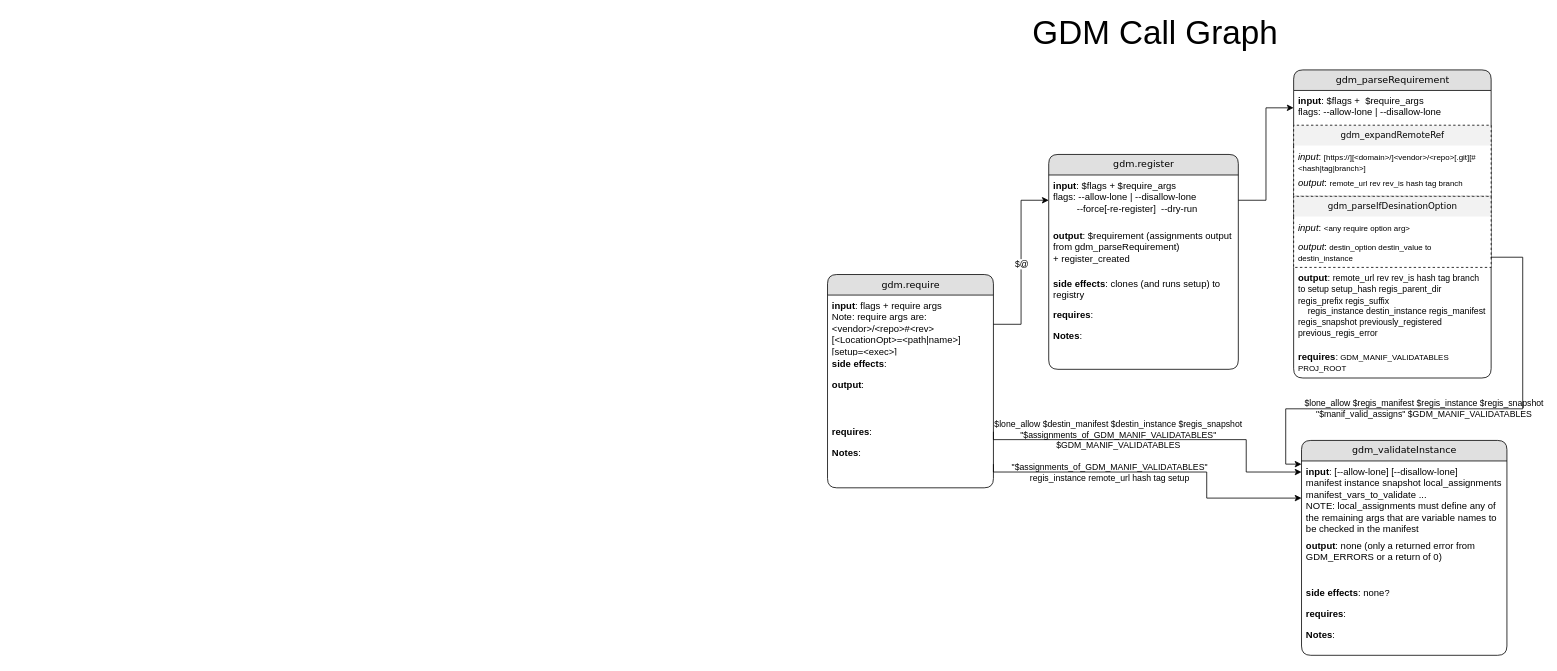
Above: src_docs/Call_Graph.drawio in Jeff-Russ/git-dependency-manager (draw.io), before the change. Source tidied: cells renumbered, new cells numbered last; positions are measured from the earlier drawing's top-left corner, leaving out a move shared by most shapes. Both pictures are drawn from the tidied source at 79%, with x=0, y=0 at pixel (827, 21).
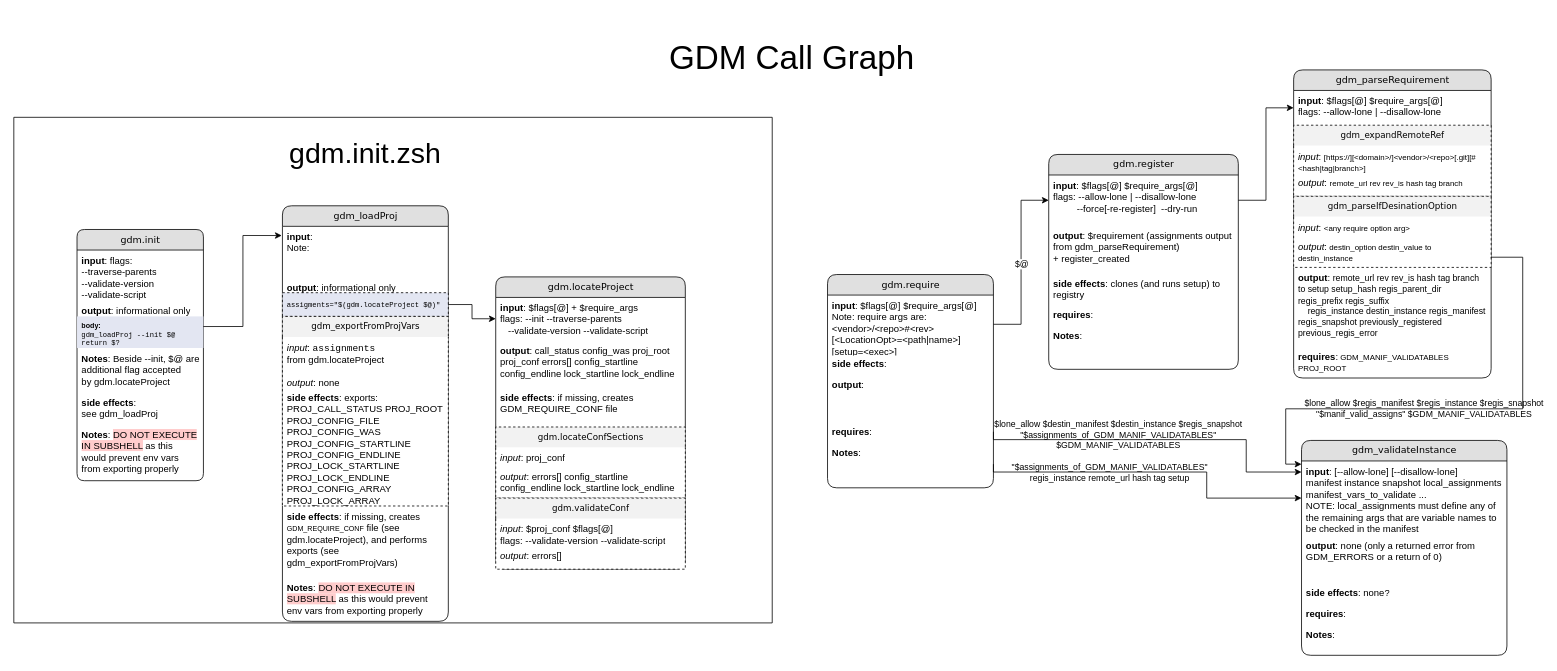
After the change.

Commit message (it also covers changes not shown here):
Error if $GDM_REQUIRED is not within PROJ_ROOT (unless experimental)

The change refers to these unchanged cells:
```xml
<mxCell id="2" value="gdm_parseRequirement" style="swimlane;html=1;fontStyle=0;horizontal=1;startSize=26;fillColor=#e0e0e0;swimlaneFillColor=#ffffff;align=center;rounded=1;shadow=0;comic=0;labelBackgroundColor=none;strokeWidth=1;fontFamily=Verdana;fontSize=12;" parent="1" vertex="1">
  <mxGeometry x="590" y="61" width="250" height="390" as="geometry" />
</mxCell>
<mxCell id="18" value="gdm.require" style="swimlane;html=1;fontStyle=0;horizontal=1;startSize=26;fillColor=#e0e0e0;swimlaneFillColor=#ffffff;align=center;rounded=1;shadow=0;comic=0;labelBackgroundColor=none;strokeWidth=1;fontFamily=Verdana;fontSize=12;" parent="1" vertex="1">
  <mxGeometry y="320" width="210" height="270" as="geometry" />
</mxCell>
<mxCell id="24" value="gdm.register" style="swimlane;html=1;fontStyle=0;horizontal=1;startSize=26;fillColor=#e0e0e0;swimlaneFillColor=#ffffff;align=center;rounded=1;shadow=0;comic=0;labelBackgroundColor=none;strokeWidth=1;fontFamily=Verdana;fontSize=12;" parent="1" vertex="1">
  <mxGeometry x="280" y="168" width="240" height="272" as="geometry" />
</mxCell>
```

The edit, as a diff of the source:
```diff
@@
-    <mxCell id="3" value="&lt;b&gt;input&lt;/b&gt;: $flags +&amp;nbsp; $require_args&lt;br&gt;flags: --allow-lone | --disallow-lone" style="text;html=1;strokeColor=none;fillColor=none;spacingLeft=4;spacingRight=4;whiteSpace=wrap;overflow=hidden;points=[[0,0.5],[1,0.5]];portConstraint=eastwest;" parent="2" vertex="1">
+    <mxCell id="3" value="&lt;b&gt;input&lt;/b&gt;: $flags[@] $require_args[@]&lt;br&gt;flags: --allow-lone | --disallow-lone" style="text;html=1;strokeColor=none;fillColor=none;spacingLeft=4;spacingRight=4;whiteSpace=wrap;overflow=hidden;points=[[0,0.5],[1,0.5]];portConstraint=eastwest;" parent="2" vertex="1">
       <mxGeometry y="26" width="250" height="44" as="geometry" />
     </mxCell>
@@
-    <mxCell id="19" value="&lt;b&gt;input&lt;/b&gt;: flags + require args&lt;br&gt;Note: require args are:&amp;lt;vendor&amp;gt;/&amp;lt;repo&amp;gt;#&amp;lt;rev&amp;gt; [&amp;lt;LocationOpt&amp;gt;=&amp;lt;path|name&amp;gt;] [setup=&amp;lt;exec&amp;gt;]" style="text;html=1;strokeColor=none;fillColor=none;spacingLeft=4;spacingRight=4;whiteSpace=wrap;overflow=hidden;points=[[0,0.5],[1,0.5]];portConstraint=eastwest;" parent="18" vertex="1">
+    <mxCell id="19" value="&lt;b&gt;input&lt;/b&gt;: $flags[@] $require_args[@]&lt;br&gt;Note: require args are:&amp;lt;vendor&amp;gt;/&amp;lt;repo&amp;gt;#&amp;lt;rev&amp;gt; [&amp;lt;LocationOpt&amp;gt;=&amp;lt;path|name&amp;gt;] [setup=&amp;lt;exec&amp;gt;]" style="text;html=1;strokeColor=none;fillColor=none;spacingLeft=4;spacingRight=4;whiteSpace=wrap;overflow=hidden;points=[[0,0.5],[1,0.5]];portConstraint=eastwest;" parent="18" vertex="1">
       <mxGeometry y="26" width="210" height="74" as="geometry" />
     </mxCell>
@@
-    <mxCell id="25" value="&lt;b&gt;input&lt;/b&gt;: $flags + $require_args&lt;br&gt;flags: --allow-lone | --disallow-lone&lt;br&gt;&amp;nbsp; &amp;nbsp; &amp;nbsp; &amp;nbsp; &amp;nbsp;--force[-re-register]&amp;nbsp; --dry-run" style="text;html=1;strokeColor=none;fillColor=none;spacingLeft=4;spacingRight=4;whiteSpace=wrap;overflow=hidden;points=[[0,0.5],[1,0.5]];portConstraint=eastwest;" parent="24" vertex="1">
+    <mxCell id="25" value="&lt;b&gt;input&lt;/b&gt;: $flags[@] $require_args[@]&lt;br&gt;flags: --allow-lone | --disallow-lone&lt;br&gt;&amp;nbsp; &amp;nbsp; &amp;nbsp; &amp;nbsp; &amp;nbsp;--force[-re-register]&amp;nbsp; --dry-run" style="text;html=1;strokeColor=none;fillColor=none;spacingLeft=4;spacingRight=4;whiteSpace=wrap;overflow=hidden;points=[[0,0.5],[1,0.5]];portConstraint=eastwest;" parent="24" vertex="1">
       <mxGeometry y="26" width="240" height="64" as="geometry" />
     </mxCell>
@@
     <mxCell id="39" value="&lt;span style=&quot;font-size: 42px;&quot;&gt;GDM Call Graph&lt;/span&gt;" style="text;html=1;strokeColor=none;fillColor=none;align=center;verticalAlign=middle;whiteSpace=wrap;rounded=0;" parent="1" vertex="1">
-      <mxGeometry x="250" width="330" height="30" as="geometry" />
+      <mxGeometry x="-210" y="31" width="330" height="30" as="geometry" />
     </mxCell>
+    <mxCell id="40" value="gdm.init" style="swimlane;html=1;fontStyle=0;horizontal=1;startSize=26;fillColor=#e0e0e0;swimlaneFillColor=#ffffff;align=center;rounded=1;shadow=0;comic=0;labelBackgroundColor=none;strokeWidth=1;fontFamily=Verdana;fontSize=12;arcSize=12;" parent="1" vertex="1">
+      <mxGeometry x="-950" y="263" width="160" height="318" as="geometry" />
+    </mxCell>
+    <mxCell id="41" value="&lt;b&gt;input&lt;/b&gt;:&amp;nbsp;flags:&amp;nbsp;&lt;br&gt;--traverse-parents &lt;br&gt;--validate-version &lt;br&gt;--validate-script" style="text;html=1;strokeColor=none;fillColor=none;spacingLeft=4;spacingRight=4;whiteSpace=wrap;overflow=hidden;" parent="40" vertex="1">
+      <mxGeometry y="26" width="160" height="64" as="geometry" />
+    </mxCell>
+    <mxCell id="42" value="&lt;b&gt;output&lt;/b&gt;: informational only" style="text;html=1;strokeColor=none;fillColor=none;spacingLeft=4;spacingRight=4;whiteSpace=wrap;overflow=hidden;" parent="40" vertex="1">
+      <mxGeometry y="90" width="160" height="20" as="geometry" />
+    </mxCell>
+    <mxCell id="43" value="&lt;div style=&quot;font-size: 9px;&quot;&gt;&lt;font style=&quot;font-size: 9px;&quot;&gt;&lt;font face=&quot;Helvetica&quot;&gt;&lt;b&gt;body:&lt;/b&gt;&lt;/font&gt;&lt;br&gt;gdm_loadProj --init $@&lt;/font&gt;&lt;/div&gt;&lt;div style=&quot;font-size: 9px;&quot;&gt;&lt;font style=&quot;font-size: 9px;&quot;&gt;return $?&lt;/font&gt;&lt;/div&gt;" style="text;html=1;strokeColor=none;fillColor=#E3E6F2;spacingLeft=4;spacingRight=4;whiteSpace=wrap;overflow=hidden;points=[[0,0.5],[1,0.5]];portConstraint=eastwest;fontSize=9;fontFamily=Courier New;" parent="40" vertex="1">
+      <mxGeometry y="110" width="160" height="40" as="geometry" />
+    </mxCell>
+    <mxCell id="44" value="&lt;b&gt;Notes&lt;/b&gt;: Beside --init, $@ are additional flag accepted by&amp;nbsp;gdm.locateProject&amp;nbsp;" style="text;html=1;strokeColor=none;fillColor=none;spacingLeft=4;spacingRight=4;whiteSpace=wrap;overflow=hidden;" parent="40" vertex="1">
+      <mxGeometry y="150" width="160" height="56" as="geometry" />
+    </mxCell>
+    <mxCell id="45" value="&lt;b&gt;side effects&lt;/b&gt;: see&amp;nbsp;gdm_loadProj" style="text;html=1;strokeColor=none;fillColor=none;spacingLeft=4;spacingRight=4;whiteSpace=wrap;overflow=hidden;" parent="40" vertex="1">
+      <mxGeometry y="206" width="160" height="40" as="geometry" />
+    </mxCell>
+    <mxCell id="46" value="&lt;b&gt;Notes&lt;/b&gt;: &lt;span style=&quot;background-color: rgb(255, 204, 204);&quot;&gt;DO NOT EXECUTE IN SUBSHELL&lt;/span&gt; as this would prevent env vars from exporting properly" style="text;html=1;strokeColor=none;fillColor=none;spacingLeft=4;spacingRight=4;whiteSpace=wrap;overflow=hidden;" parent="40" vertex="1">
+      <mxGeometry y="246" width="160" height="64" as="geometry" />
+    </mxCell>
+    <mxCell id="47" value="gdm_loadProj" style="swimlane;html=1;fontStyle=0;horizontal=1;startSize=26;fillColor=#e0e0e0;swimlaneFillColor=#ffffff;align=center;rounded=1;shadow=0;comic=0;labelBackgroundColor=none;strokeWidth=1;fontFamily=Verdana;fontSize=12;" parent="1" vertex="1">
+      <mxGeometry x="-690" y="233" width="210" height="526" as="geometry" />
+    </mxCell>
+    <mxCell id="48" value="&lt;b&gt;input&lt;/b&gt;:&amp;nbsp;&lt;br&gt;Note:&amp;nbsp;" style="text;html=1;strokeColor=none;fillColor=none;spacingLeft=4;spacingRight=4;whiteSpace=wrap;overflow=hidden;points=[[0,0.5],[1,0.5]];portConstraint=eastwest;" parent="47" vertex="1">
+      <mxGeometry y="26" width="210" height="64" as="geometry" />
+    </mxCell>
+    <mxCell id="49" value="&lt;b&gt;output&lt;/b&gt;: informational only" style="text;html=1;strokeColor=none;fillColor=none;spacingLeft=4;spacingRight=4;whiteSpace=wrap;overflow=hidden;" parent="47" vertex="1">
+      <mxGeometry y="90" width="210" height="20" as="geometry" />
+    </mxCell>
+    <mxCell id="50" value="&lt;font face=&quot;Courier New&quot; style=&quot;font-size: 9px;&quot;&gt;assigments=&quot;$(gdm.locateProject $@)&quot;&amp;nbsp;&lt;/font&gt;" style="text;html=1;strokeColor=default;fillColor=#E3E6F2;spacingLeft=4;spacingRight=4;whiteSpace=wrap;overflow=hidden;points=[[0,0.5],[1,0.5]];portConstraint=eastwest;dashed=1;" parent="47" vertex="1">
+      <mxGeometry y="110" width="210" height="30" as="geometry" />
+    </mxCell>
+    <mxCell id="51" value="&lt;font style=&quot;font-size: 11px;&quot;&gt;gdm_exportFromProjVars&lt;/font&gt;" style="swimlane;html=1;fontStyle=0;horizontal=1;startSize=26;fillColor=#F2F2F2;swimlaneFillColor=default;align=center;rounded=0;shadow=0;comic=0;labelBackgroundColor=none;strokeWidth=1;fontFamily=Verdana;fontSize=12;glass=0;swimlaneLine=0;strokeColor=default;dashed=1;" parent="47" vertex="1">
+      <mxGeometry y="140" width="210" height="240" as="geometry" />
+    </mxCell>
+    <mxCell id="52" value="&lt;span style=&quot;border-color: var(--border-color);&quot;&gt;&lt;i&gt;input&lt;/i&gt;&lt;/span&gt;: &lt;font face=&quot;Courier New&quot;&gt;assignments&lt;/font&gt; from&amp;nbsp;gdm.locateProject" style="text;html=1;strokeColor=none;fillColor=none;spacingLeft=4;spacingRight=4;whiteSpace=wrap;overflow=hidden;" parent="51" vertex="1">
+      <mxGeometry y="26" width="210" height="44" as="geometry" />
+    </mxCell>
+    <mxCell id="53" value="&lt;i&gt;output&lt;/i&gt;:&lt;font style=&quot;&quot;&gt;&amp;nbsp;none&lt;span style=&quot;font-size: 10px;&quot;&gt;&lt;br&gt;&lt;/span&gt;&lt;/font&gt;&amp;nbsp;" style="text;html=1;strokeColor=none;fillColor=none;spacingLeft=4;spacingRight=4;whiteSpace=wrap;overflow=hidden;" parent="51" vertex="1">
+      <mxGeometry y="70" width="210" height="20" as="geometry" />
+    </mxCell>
+    <mxCell id="54" value="&lt;b&gt;side effects&lt;/b&gt;: exports:&amp;nbsp;&lt;br&gt;PROJ_CALL_STATUS PROJ_ROOT PROJ_CONFIG_FILE PROJ_CONFIG_WAS PROJ_CONFIG_STARTLINE PROJ_CONFIG_ENDLINE PROJ_LOCK_STARTLINE PROJ_LOCK_ENDLINE PROJ_CONFIG_ARRAY PROJ_LOCK_ARRAY" style="text;html=1;strokeColor=none;fillColor=none;spacingLeft=4;spacingRight=4;whiteSpace=wrap;overflow=hidden;" parent="51" vertex="1">
+      <mxGeometry y="90" width="210" height="150" as="geometry" />
+    </mxCell>
+    <mxCell id="55" value="&lt;b&gt;side effects&lt;/b&gt;:&amp;nbsp;if missing, creates &lt;font style=&quot;font-size: 9px;&quot;&gt;GDM_REQUIRE_CONF&lt;/font&gt; file (see gdm.locateProject), and performs exports (see gdm_exportFromProjVars)" style="text;html=1;strokeColor=none;fillColor=none;spacingLeft=4;spacingRight=4;whiteSpace=wrap;overflow=hidden;" parent="47" vertex="1">
+      <mxGeometry y="380" width="210" height="90" as="geometry" />
+    </mxCell>
+    <mxCell id="56" value="&lt;b&gt;Notes&lt;/b&gt;: &lt;span style=&quot;background-color: rgb(255, 204, 204);&quot;&gt;DO NOT EXECUTE IN SUBSHELL&lt;/span&gt; as this would prevent env vars from exporting properly" style="text;html=1;strokeColor=none;fillColor=none;spacingLeft=4;spacingRight=4;whiteSpace=wrap;overflow=hidden;" parent="47" vertex="1">
+      <mxGeometry y="470" width="210" height="56" as="geometry" />
+    </mxCell>
+    <mxCell id="57" value="gdm.locateProject" style="swimlane;html=1;fontStyle=0;horizontal=1;startSize=26;fillColor=#e0e0e0;swimlaneFillColor=#ffffff;align=center;rounded=1;shadow=0;comic=0;labelBackgroundColor=none;strokeWidth=1;fontFamily=Verdana;fontSize=12;" parent="1" vertex="1">
+      <mxGeometry x="-420" y="323" width="240" height="370" as="geometry" />
+    </mxCell>
+    <mxCell id="58" value="&lt;b&gt;input&lt;/b&gt;: $flags[@] + $require_args&lt;br&gt;flags:&amp;nbsp;--init --traverse-parents &lt;br&gt;&amp;nbsp; &amp;nbsp;--validate-version --validate-script" style="text;html=1;strokeColor=none;fillColor=none;spacingLeft=4;spacingRight=4;whiteSpace=wrap;overflow=hidden;points=[[0,0.5],[1,0.5]];portConstraint=eastwest;" parent="57" vertex="1">
+      <mxGeometry y="26" width="240" height="54" as="geometry" />
+    </mxCell>
+    <mxCell id="59" value="&lt;b&gt;output&lt;/b&gt;: call_status config_was proj_root proj_conf errors[] config_startline config_endline lock_startline lock_endline" style="text;html=1;strokeColor=none;fillColor=none;spacingLeft=4;spacingRight=4;whiteSpace=wrap;overflow=hidden;" parent="57" vertex="1">
+      <mxGeometry y="80" width="240" height="60" as="geometry" />
+    </mxCell>
+    <mxCell id="60" value="&lt;b&gt;side effects&lt;/b&gt;: if missing, creates GDM_REQUIRE_CONF file" style="text;html=1;strokeColor=none;fillColor=none;spacingLeft=4;spacingRight=4;whiteSpace=wrap;overflow=hidden;" parent="57" vertex="1">
+      <mxGeometry y="140" width="240" height="50" as="geometry" />
+    </mxCell>
+    <mxCell id="61" value="&lt;font style=&quot;font-size: 11px;&quot;&gt;gdm.locateConfSections&lt;/font&gt;" style="swimlane;html=1;fontStyle=0;horizontal=1;startSize=26;fillColor=#F2F2F2;swimlaneFillColor=default;align=center;rounded=0;shadow=0;comic=0;labelBackgroundColor=none;strokeWidth=1;fontFamily=Verdana;fontSize=12;glass=0;swimlaneLine=0;strokeColor=default;dashed=1;" parent="57" vertex="1">
+      <mxGeometry y="190" width="240" height="90" as="geometry" />
+    </mxCell>
+    <mxCell id="62" value="&lt;span style=&quot;border-color: var(--border-color);&quot;&gt;&lt;i&gt;input&lt;/i&gt;&lt;/span&gt;:&amp;nbsp;proj_conf" style="text;html=1;strokeColor=none;fillColor=none;spacingLeft=4;spacingRight=4;whiteSpace=wrap;overflow=hidden;" parent="61" vertex="1">
+      <mxGeometry y="26" width="240" height="24" as="geometry" />
+    </mxCell>
+    <mxCell id="63" value="&lt;i&gt;output&lt;/i&gt;:&lt;font style=&quot;&quot;&gt;&amp;nbsp;errors[] config_startline config_endline lock_startline lock_endline&lt;span style=&quot;font-size: 10px;&quot;&gt;&lt;br&gt;&lt;/span&gt;&lt;/font&gt;&amp;nbsp;" style="text;html=1;strokeColor=none;fillColor=none;spacingLeft=4;spacingRight=4;whiteSpace=wrap;overflow=hidden;" parent="61" vertex="1">
+      <mxGeometry y="50" width="240" height="40" as="geometry" />
+    </mxCell>
+    <mxCell id="64" value="&lt;font style=&quot;font-size: 11px;&quot;&gt;gdm.validateConf&lt;/font&gt;" style="swimlane;html=1;fontStyle=0;horizontal=1;startSize=26;fillColor=#F2F2F2;swimlaneFillColor=default;align=center;rounded=0;shadow=0;comic=0;labelBackgroundColor=none;strokeWidth=1;fontFamily=Verdana;fontSize=12;glass=0;swimlaneLine=0;strokeColor=default;dashed=1;" parent="57" vertex="1">
+      <mxGeometry y="280" width="240" height="90" as="geometry" />
+    </mxCell>
+    <mxCell id="65" value="&lt;span style=&quot;border-color: var(--border-color);&quot;&gt;&lt;i&gt;input&lt;/i&gt;&lt;/span&gt;: $proj_conf&amp;nbsp;$flags[@]&lt;br&gt;flags:&amp;nbsp;--validate-version&lt;span style=&quot;background-color: initial;&quot;&gt;&amp;nbsp;&lt;/span&gt;--validate-script" style="text;html=1;strokeColor=none;fillColor=none;spacingLeft=4;spacingRight=4;whiteSpace=wrap;overflow=hidden;" parent="64" vertex="1">
+      <mxGeometry y="26" width="240" height="34" as="geometry" />
+    </mxCell>
+    <mxCell id="66" value="&lt;i&gt;output&lt;/i&gt;: errors[]&amp;nbsp;" style="text;html=1;strokeColor=none;fillColor=none;spacingLeft=4;spacingRight=4;whiteSpace=wrap;overflow=hidden;" parent="64" vertex="1">
+      <mxGeometry y="60" width="240" height="20" as="geometry" />
+    </mxCell>
+    <mxCell id="67" style="edgeStyle=orthogonalEdgeStyle;rounded=0;jettySize=auto;html=1;exitX=0.999;exitY=0.321;exitDx=0;exitDy=0;entryX=-0.004;entryY=0.182;entryDx=0;entryDy=0;entryPerimeter=0;exitPerimeter=0;" parent="1" edge="1" source="43" target="48">
+      <mxGeometry relative="1" as="geometry" />
+    </mxCell>
+    <mxCell id="68" style="edgeStyle=orthogonalEdgeStyle;rounded=0;jettySize=auto;html=1;exitX=1;exitY=0.5;exitDx=0;exitDy=0;entryX=0;entryY=0.5;entryDx=0;entryDy=0;" parent="1" edge="1" source="50" target="58">
+      <mxGeometry relative="1" as="geometry" />
+    </mxCell>
+    <mxCell id="69" value="&lt;font style=&quot;font-size: 36px;&quot;&gt;gdm.init.zsh&lt;/font&gt;" style="text;html=1;strokeColor=none;fillColor=none;align=center;verticalAlign=middle;whiteSpace=wrap;rounded=0;" parent="1" vertex="1">
+      <mxGeometry x="-750" y="151" width="330" height="30" as="geometry" />
+    </mxCell>
+    <mxCell id="70" style="endArrow=none;html=1;rounded=0;" parent="1" edge="1">
+      <mxGeometry relative="1" as="geometry">
+        <mxPoint x="-1030" y="761" as="sourcePoint" />
+        <mxPoint x="-1030" y="761" as="targetPoint" />
+        <Array as="points">
+          <mxPoint x="-70" y="761" />
+          <mxPoint x="-70" y="121" />
+          <mxPoint x="-1030" y="121" />
+        </Array>
+      </mxGeometry>
+    </mxCell>
```
